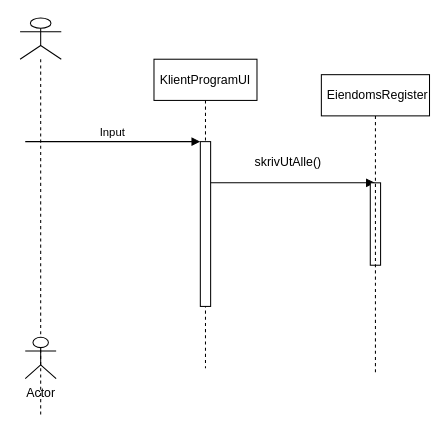
eltalstad/Programmering-1 keeps this draw.io diagram as Sekvensdiagram Øving11.drawio. Above is the earlier version. Source tidied: cells renumbered, new cells numbered last; positions are measured from the earlier drawing's top-left corner, leaving out a move shared by most shapes. Both pictures are drawn from the tidied source at 103%, with x=0, y=0 at pixel (20, 18).
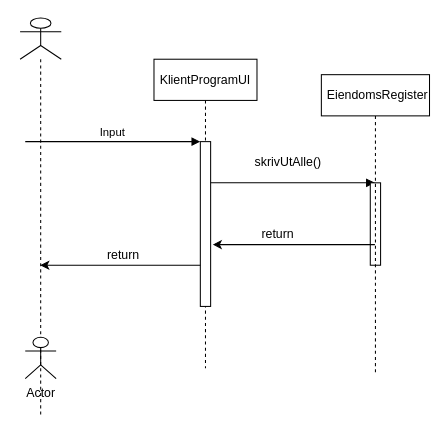
The same diagram, later.

The change refers to these unchanged cells:
```xml
<mxCell id="3" style="points=[];perimeter=orthogonalPerimeter;rounded=0;shadow=0;strokeWidth=1;" parent="2" vertex="1">
  <mxGeometry x="45" y="80" width="10" height="160" as="geometry" />
</mxCell>
<mxCell id="7" style="shape=umlLifeline;participant=umlActor;perimeter=lifelinePerimeter;whiteSpace=wrap;html=1;verticalAlign=top;spacingTop=36;outlineConnect=0;" parent="1" vertex="1">
  <mxGeometry width="40" height="385" as="geometry" />
</mxCell>
<mxCell id="9" value="&amp;nbsp;EiendomsRegister" style="shape=umlLifeline;perimeter=lifelinePerimeter;whiteSpace=wrap;html=1;outlineConnect=0;" parent="1" vertex="1">
  <mxGeometry x="292.5" y="55" width="105" height="290" as="geometry" />
</mxCell>
```

What changed in the source:
```diff
@@
+    <mxCell id="11" style="edgeStyle=orthogonalEdgeStyle;rounded=0;jettySize=auto;html=1;" parent="1" edge="1" source="9">
+      <mxGeometry relative="1" as="geometry">
+        <mxPoint x="187" y="220" as="targetPoint" />
+        <Array as="points">
+          <mxPoint x="187" y="220" />
+        </Array>
+      </mxGeometry>
+    </mxCell>
@@
+    <mxCell id="12" style="edgeStyle=orthogonalEdgeStyle;rounded=0;jettySize=auto;html=1;" parent="1" edge="1" source="3" target="7">
+      <mxGeometry relative="1" as="geometry">
+        <Array as="points">
+          <mxPoint x="130" y="240" />
+          <mxPoint x="130" y="240" />
+        </Array>
+      </mxGeometry>
+    </mxCell>
+    <mxCell id="13" value="return" style="text;html=1;align=center;verticalAlign=middle;strokeColor=none;fillColor=none;" parent="1" vertex="1">
+      <mxGeometry x="225" y="200" width="50" height="20" as="geometry" />
+    </mxCell>
+    <mxCell id="14" value="return" style="text;html=1;align=center;verticalAlign=middle;strokeColor=none;fillColor=none;" parent="1" vertex="1">
+      <mxGeometry x="75" y="220" width="50" height="20" as="geometry" />
+    </mxCell>
```
